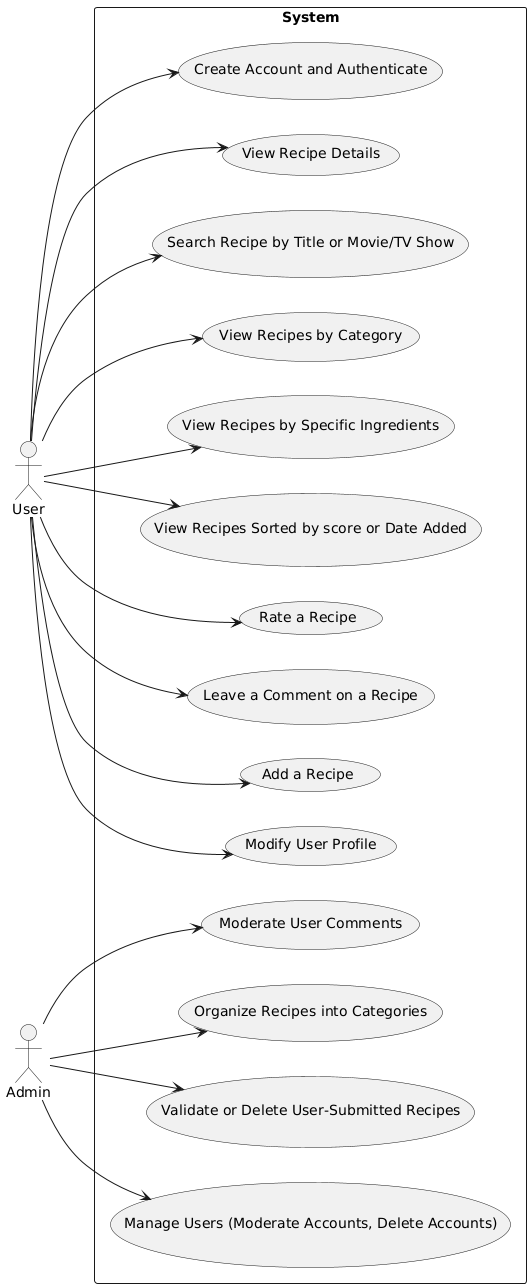
This is conception/diagrammes/use_cases.png from josephDelnord/cinesaveurs, a PlantUML export, as it was before one commit.
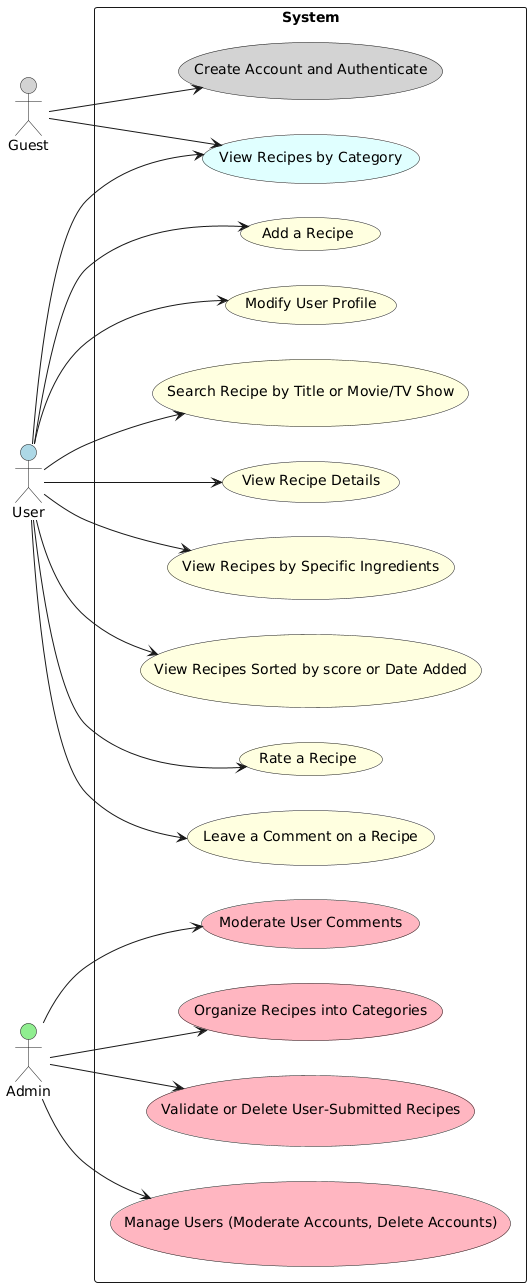
The same file after the commit.

What changed in the source:
```diff
@@ -1,32 +1,35 @@
 @startuml
 left to right direction
 
-actor "User" as U
-actor "Admin" as A
+actor "Guest" as G #lightgray
+actor "User" as U #lightblue
+actor "Admin" as A #lightgreen
 
 rectangle "System" {
 
-  usecase "View Recipes by Category" as UC1
-  usecase "Search Recipe by Title or Movie/TV Show" as UC2
-  usecase "View Recipe Details" as UC3
-  usecase "Create Account and Authenticate" as UC4
-  usecase "Modify User Profile" as UC5
-  usecase "Add a Recipe" as UC6
-  usecase "Leave a Comment on a Recipe" as UC7
-  usecase "Rate a Recipe" as UC8
-  usecase "View Recipes Sorted by score or Date Added" as UC10
-  usecase "View Recipes by Specific Ingredients" as UC11
+  usecase "View Recipes by Category" as UC1 #lightcyan
+  usecase "Search Recipe by Title or Movie/TV Show" as UC2 #lightyellow
+  usecase "View Recipe Details" as UC3 #lightyellow
+  usecase "Create Account and Authenticate" as UC4 #lightgray
+  usecase "Modify User Profile" as UC5 #lightyellow
+  usecase "Add a Recipe" as UC6 #lightyellow
+  usecase "Leave a Comment on a Recipe" as UC7 #lightyellow
+  usecase "Rate a Recipe" as UC8 #lightyellow
+  usecase "View Recipes Sorted by score or Date Added" as UC10 #lightyellow
+  usecase "View Recipes by Specific Ingredients" as UC11 #lightyellow
 
-  usecase "Manage Users (Moderate Accounts, Delete Accounts)" as UC12
-  usecase "Validate or Delete User-Submitted Recipes" as UC13
-  usecase "Organize Recipes into Categories" as UC14
-  usecase "Moderate User Comments" as UC15
+  usecase "Manage Users (Moderate Accounts, Delete Accounts)" as UC12 #lightpink
+  usecase "Validate or Delete User-Submitted Recipes" as UC13 #lightpink
+  usecase "Organize Recipes into Categories" as UC14 #lightpink
+  usecase "Moderate User Comments" as UC15 #lightpink
 }
+
+G -down-> UC1
+G -down-> UC4
 
 U -down-> UC1
 U -down-> UC2
 U -down-> UC3
-U -down-> UC4
 U -down-> UC5
 U -down-> UC6
 U -down-> UC7
```
